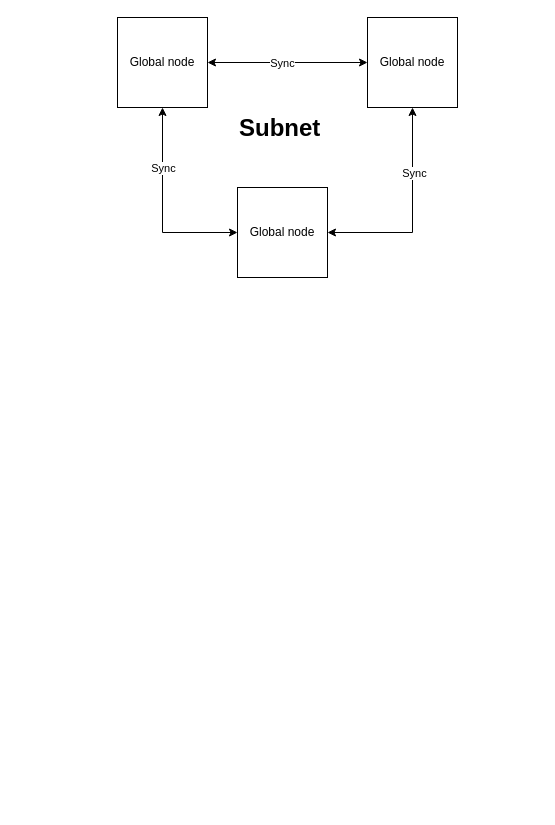
This is fedratedLRN.drawio from ali-05-ahmed/Concept-Diagrams, a draw.io file, before an edit. Source tidied: cells renumbered, new cells numbered last; positions are measured from the earlier drawing's top-left corner, leaving out a move shared by most shapes. Both pictures are drawn from the tidied source at 100%, with x=0, y=0 at pixel (117, 17).
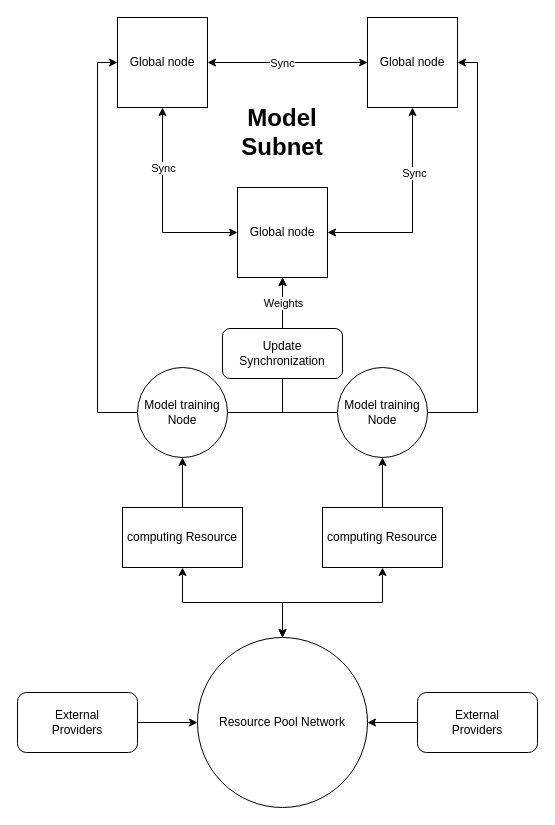
The same diagram, later.

The change refers to these unchanged cells:
```xml
<mxCell id="2" value="Global node" style="whiteSpace=wrap;html=1;" parent="1" vertex="1">
  <mxGeometry x="120" y="170" width="90" height="90" as="geometry" />
</mxCell>
<mxCell id="4" value="Global node" style="whiteSpace=wrap;html=1;" parent="1" vertex="1">
  <mxGeometry x="250" width="90" height="90" as="geometry" />
</mxCell>
<mxCell id="8" value="Global node" style="whiteSpace=wrap;html=1;" parent="1" vertex="1">
  <mxGeometry width="90" height="90" as="geometry" />
</mxCell>
```

The edit, as a diff of the source:
```diff
@@
-    <mxCell id="9" value="&lt;h1 style=&quot;margin-top: 0px;&quot;&gt;Subnet&lt;/h1&gt;" style="text;html=1;whiteSpace=wrap;overflow=hidden;rounded=0;" parent="1" vertex="1">
-      <mxGeometry x="120" y="90" width="90" height="40" as="geometry" />
+    <mxCell id="9" value="&lt;h1 style=&quot;margin-top: 0px;&quot;&gt;Model Subnet&lt;/h1&gt;" style="text;html=1;whiteSpace=wrap;overflow=hidden;rounded=0;align=center;" parent="1" vertex="1">
+      <mxGeometry x="110" y="80" width="110" height="70" as="geometry" />
     </mxCell>
@@
+    <mxCell id="12" style="edgeStyle=orthogonalEdgeStyle;rounded=0;jettySize=auto;html=1;" parent="1" edge="1" source="14" target="2">
+      <mxGeometry relative="1" as="geometry" />
+    </mxCell>
+    <mxCell id="13" style="edgeStyle=orthogonalEdgeStyle;rounded=0;jettySize=auto;html=1;entryX=0;entryY=0.5;entryDx=0;entryDy=0;" parent="1" edge="1" source="14" target="8">
+      <mxGeometry relative="1" as="geometry">
+        <Array as="points">
+          <mxPoint x="-20" y="395" />
+          <mxPoint x="-20" y="45" />
+        </Array>
+      </mxGeometry>
+    </mxCell>
+    <mxCell id="14" value="Model training&lt;div&gt;Node&lt;/div&gt;" style="ellipse;whiteSpace=wrap;html=1;" parent="1" vertex="1">
+      <mxGeometry x="20" y="350" width="90" height="90" as="geometry" />
+    </mxCell>
+    <mxCell id="15" style="edgeStyle=orthogonalEdgeStyle;rounded=0;jettySize=auto;html=1;entryX=0.5;entryY=1;entryDx=0;entryDy=0;" parent="1" edge="1" source="18" target="2">
+      <mxGeometry relative="1" as="geometry" />
+    </mxCell>
+    <mxCell id="16" value="Weights" style="edgeLabel;html=1;align=center;verticalAlign=middle;" parent="15" vertex="1">
+      <mxGeometry x="0.74" relative="1" as="geometry" />
+    </mxCell>
+    <mxCell id="17" style="edgeStyle=orthogonalEdgeStyle;rounded=0;jettySize=auto;html=1;entryX=1;entryY=0.5;entryDx=0;entryDy=0;" parent="1" edge="1" source="18" target="4">
+      <mxGeometry relative="1" as="geometry">
+        <Array as="points">
+          <mxPoint x="360" y="395" />
+          <mxPoint x="360" y="45" />
+        </Array>
+      </mxGeometry>
+    </mxCell>
+    <mxCell id="18" value="Model training&lt;div&gt;Node&lt;/div&gt;" style="ellipse;whiteSpace=wrap;html=1;" parent="1" vertex="1">
+      <mxGeometry x="220" y="350" width="90" height="90" as="geometry" />
+    </mxCell>
+    <mxCell id="19" style="edgeStyle=orthogonalEdgeStyle;rounded=0;jettySize=auto;html=1;" parent="1" edge="1" source="20" target="14">
+      <mxGeometry relative="1" as="geometry" />
+    </mxCell>
+    <mxCell id="20" value="computing Resource" style="rounded=0;whiteSpace=wrap;html=1;" parent="1" vertex="1">
+      <mxGeometry x="5" y="490" width="120" height="60" as="geometry" />
+    </mxCell>
+    <mxCell id="21" style="edgeStyle=orthogonalEdgeStyle;rounded=0;jettySize=auto;html=1;" parent="1" edge="1" source="22" target="18">
+      <mxGeometry relative="1" as="geometry" />
+    </mxCell>
+    <mxCell id="22" value="computing Resource" style="rounded=0;whiteSpace=wrap;html=1;" parent="1" vertex="1">
+      <mxGeometry x="205" y="490" width="120" height="60" as="geometry" />
+    </mxCell>
+    <mxCell id="23" style="edgeStyle=orthogonalEdgeStyle;rounded=0;jettySize=auto;html=1;entryX=0.5;entryY=1;entryDx=0;entryDy=0;startArrow=classic;startFill=1;" parent="1" edge="1" source="25" target="22">
+      <mxGeometry relative="1" as="geometry" />
+    </mxCell>
+    <mxCell id="24" style="edgeStyle=orthogonalEdgeStyle;rounded=0;jettySize=auto;html=1;entryX=0.5;entryY=1;entryDx=0;entryDy=0;startArrow=classic;startFill=1;" parent="1" edge="1" source="25" target="20">
+      <mxGeometry relative="1" as="geometry" />
+    </mxCell>
+    <mxCell id="25" value="Resource Pool Network" style="ellipse;whiteSpace=wrap;html=1;" parent="1" vertex="1">
+      <mxGeometry x="80" y="620" width="170" height="170" as="geometry" />
+    </mxCell>
+    <mxCell id="26" style="edgeStyle=orthogonalEdgeStyle;rounded=0;jettySize=auto;html=1;" parent="1" edge="1" source="27" target="25">
+      <mxGeometry relative="1" as="geometry" />
+    </mxCell>
+    <mxCell id="27" value="External &lt;br&gt;Providers" style="rounded=1;whiteSpace=wrap;html=1;" parent="1" vertex="1">
+      <mxGeometry x="-100" y="675" width="120" height="60" as="geometry" />
+    </mxCell>
+    <mxCell id="28" style="edgeStyle=orthogonalEdgeStyle;rounded=0;jettySize=auto;html=1;" parent="1" edge="1" source="29" target="25">
+      <mxGeometry relative="1" as="geometry" />
+    </mxCell>
+    <mxCell id="29" value="External&lt;br&gt;Providers" style="rounded=1;whiteSpace=wrap;html=1;" parent="1" vertex="1">
+      <mxGeometry x="300" y="675" width="120" height="60" as="geometry" />
+    </mxCell>
+    <mxCell id="30" value="Update Synchronization" style="rounded=1;whiteSpace=wrap;html=1;" parent="1" vertex="1">
+      <mxGeometry x="105" y="311" width="120" height="50" as="geometry" />
+    </mxCell>
```
